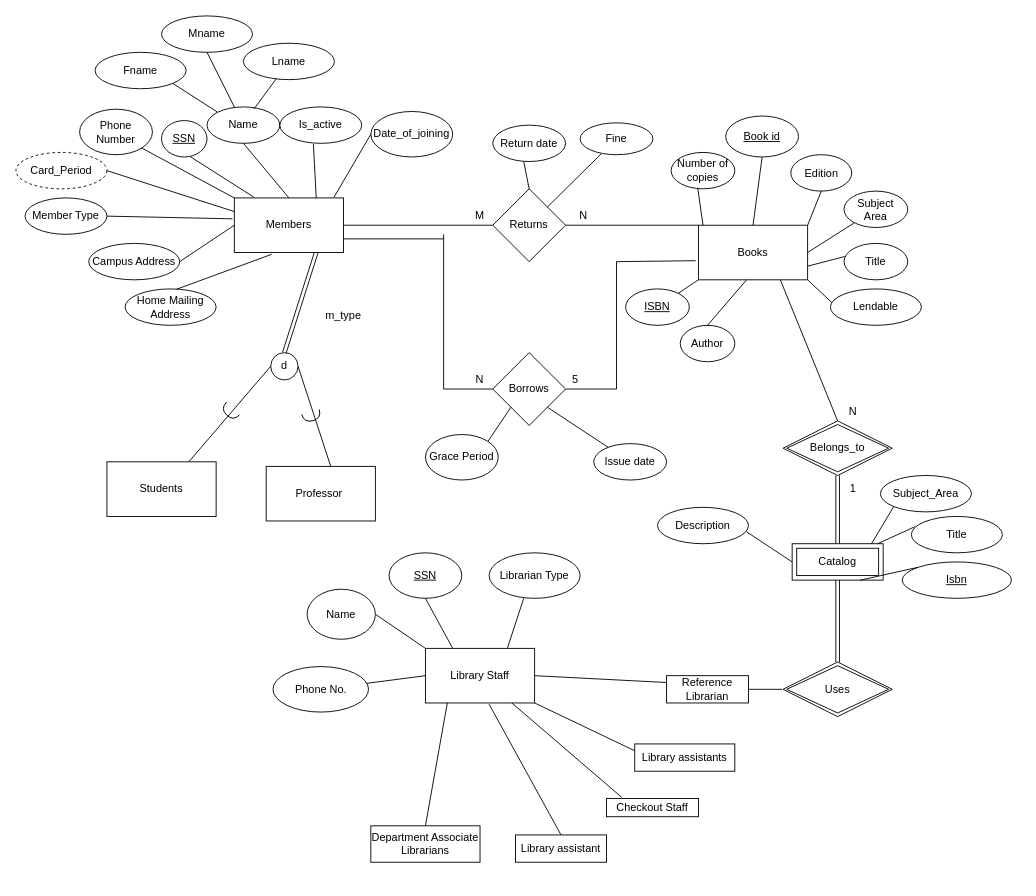
Earlier version of the draw.io diagram er.drawio (aditpatil10/Library-Management-System). Source tidied: cells renumbered, new cells numbered last; positions are measured from the earlier drawing's top-left corner, leaving out a move shared by most shapes. Both pictures are drawn from the tidied source at 91%, with x=0, y=0 at pixel (15, 15).
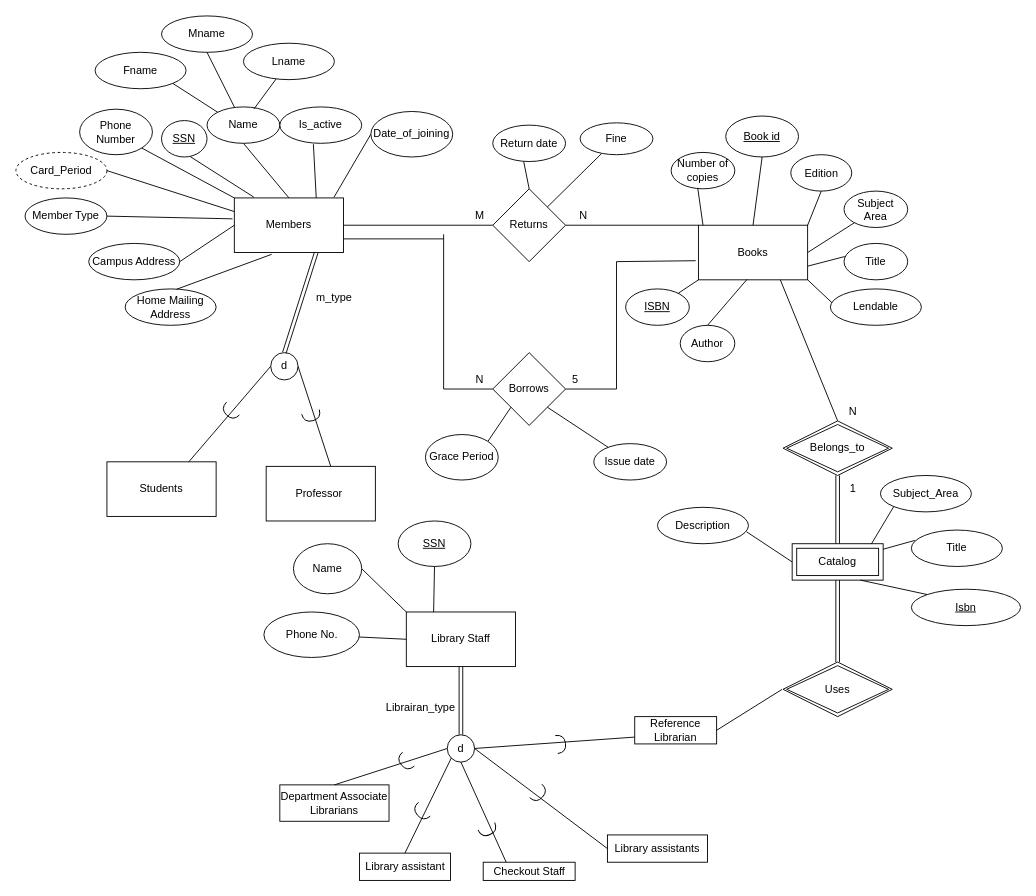
After the change.

Commit message:
Updated Library Staff Specialization

Diff of the diagram source:
```diff
@@
     <mxCell id="32" value="Library Staff" style="rounded=0;whiteSpace=wrap;html=1;" parent="1" vertex="1">
-      <mxGeometry x="450" y="695" width="120" height="60" as="geometry" />
+      <mxGeometry x="429" y="655" width="120" height="60" as="geometry" />
     </mxCell>
@@
     <mxCell id="34" value="Reference&lt;br&gt;Librarian" style="rounded=0;whiteSpace=wrap;html=1;" parent="1" vertex="1">
-      <mxGeometry x="715" y="725" width="90" height="30" as="geometry" />
+      <mxGeometry x="680" y="770" width="90" height="30" as="geometry" />
     </mxCell>
     <mxCell id="35" value="Checkout Staff" style="rounded=0;whiteSpace=wrap;html=1;" parent="1" vertex="1">
-      <mxGeometry x="649" y="860" width="101" height="20" as="geometry" />
+      <mxGeometry x="513.5" y="930" width="101" height="20" as="geometry" />
     </mxCell>
     <mxCell id="36" value="Department Associate Librarians" style="rounded=0;whiteSpace=wrap;html=1;" parent="1" vertex="1">
-      <mxGeometry x="390" y="890" width="120" height="40" as="geometry" />
+      <mxGeometry x="290" y="845" width="120" height="40" as="geometry" />
     </mxCell>
     <mxCell id="37" value="Library assistant" style="rounded=0;whiteSpace=wrap;html=1;" parent="1" vertex="1">
-      <mxGeometry x="549" y="900" width="100" height="30" as="geometry" />
+      <mxGeometry x="377.5" y="920" width="100" height="30" as="geometry" />
     </mxCell>
     <mxCell id="38" value="Library assistants" style="rounded=0;whiteSpace=wrap;html=1;" parent="1" vertex="1">
-      <mxGeometry x="680" y="800" width="110" height="30" as="geometry" />
+      <mxGeometry x="650" y="900" width="110" height="30" as="geometry" />
     </mxCell>
-    <mxCell id="39" style="endArrow=none;html=1;entryX=0.201;entryY=0.994;entryDx=0;entryDy=0;entryPerimeter=0;exitX=0.5;exitY=0;exitDx=0;exitDy=0;" parent="1" edge="1" source="36" target="32">
-      <mxGeometry relative="1" as="geometry" />
-    </mxCell>
-    <mxCell id="40" style="endArrow=none;html=1;entryX=0.583;entryY=1.022;entryDx=0;entryDy=0;entryPerimeter=0;exitX=0.5;exitY=0;exitDx=0;exitDy=0;" parent="1" edge="1" source="37" target="32">
-      <mxGeometry relative="1" as="geometry" />
-    </mxCell>
-    <mxCell id="41" style="endArrow=none;html=1;exitX=0.167;exitY=-0.058;exitDx=0;exitDy=0;exitPerimeter=0;" parent="1" edge="1" source="35" target="32">
-      <mxGeometry relative="1" as="geometry" />
-    </mxCell>
-    <mxCell id="42" style="endArrow=none;html=1;entryX=1;entryY=1;entryDx=0;entryDy=0;exitX=0;exitY=0.25;exitDx=0;exitDy=0;" parent="1" edge="1" source="38" target="32">
-      <mxGeometry relative="1" as="geometry" />
-    </mxCell>
-    <mxCell id="43" style="endArrow=none;html=1;exitX=1;exitY=0.5;exitDx=0;exitDy=0;entryX=0;entryY=0.25;entryDx=0;entryDy=0;" parent="1" edge="1" source="32" target="34">
-      <mxGeometry relative="1" as="geometry" />
-    </mxCell>
@@
     <mxCell id="68" value="m_type" style="text;html=1;strokeColor=none;fillColor=none;align=center;verticalAlign=middle;whiteSpace=wrap;rounded=0;" parent="1" vertex="1">
-      <mxGeometry x="340" y="320" width="40" height="20" as="geometry" />
+      <mxGeometry x="330" y="300" width="40" height="20" as="geometry" />
     </mxCell>
@@
     <mxCell id="82" value="Title" style="ellipse;whiteSpace=wrap;html=1;align=center;" parent="1" vertex="1">
-      <mxGeometry x="984" y="550" width="100" height="40" as="geometry" />
+      <mxGeometry x="984" y="565" width="100" height="40" as="geometry" />
     </mxCell>
@@
     <mxCell id="98" value="&lt;u&gt;Isbn&lt;/u&gt;" style="ellipse;whiteSpace=wrap;html=1;" parent="1" vertex="1">
-      <mxGeometry x="974" y="600" width="120" height="40" as="geometry" />
+      <mxGeometry x="984" y="630" width="120" height="40" as="geometry" />
     </mxCell>
@@
     <mxCell id="100" value="&lt;u&gt;SSN&lt;/u&gt;" style="ellipse;whiteSpace=wrap;html=1;" parent="1" vertex="1">
-      <mxGeometry x="410" y="590" width="80" height="50" as="geometry" />
+      <mxGeometry x="420" y="555" width="80" height="50" as="geometry" />
     </mxCell>
-    <mxCell id="101" value="Librarian Type" style="ellipse;whiteSpace=wrap;html=1;" parent="1" vertex="1">
-      <mxGeometry x="520" y="590" width="100" height="50" as="geometry" />
-    </mxCell>
     <mxCell id="102" value="Phone No." style="ellipse;whiteSpace=wrap;html=1;" parent="1" vertex="1">
-      <mxGeometry x="282.5" y="715" width="105" height="50" as="geometry" />
+      <mxGeometry x="272.5" y="655" width="105" height="50" as="geometry" />
     </mxCell>
-    <mxCell id="103" style="endArrow=none;html=1;entryX=0.38;entryY=1;entryDx=0;entryDy=0;entryPerimeter=0;exitX=0.75;exitY=0;exitDx=0;exitDy=0;" parent="1" edge="1" source="32" target="101">
-      <mxGeometry relative="1" as="geometry" />
-    </mxCell>
@@
     <mxCell id="107" value="Name" style="ellipse;whiteSpace=wrap;html=1;" parent="1" vertex="1">
-      <mxGeometry x="320" y="630" width="75" height="55" as="geometry" />
+      <mxGeometry x="305" y="580" width="75" height="55" as="geometry" />
     </mxCell>
@@
+    <mxCell id="112" style="shape=link;html=1;entryX=0.5;entryY=1;entryDx=0;entryDy=0;exitX=0.5;exitY=0;exitDx=0;exitDy=0;" parent="1" edge="1" source="113" target="32">
+      <mxGeometry relative="1" as="geometry" />
+    </mxCell>
+    <mxCell id="113" value="d" style="ellipse;whiteSpace=wrap;html=1;" parent="1" vertex="1">
+      <mxGeometry x="474" y="790" width="30" height="30" as="geometry" />
+    </mxCell>
+    <mxCell id="114" style="endArrow=none;html=1;exitX=0.5;exitY=0;exitDx=0;exitDy=0;entryX=0;entryY=0.5;entryDx=0;entryDy=0;" parent="1" edge="1" source="36" target="113">
+      <mxGeometry relative="1" as="geometry" />
+    </mxCell>
+    <mxCell id="115" style="endArrow=none;html=1;exitX=0.5;exitY=0;exitDx=0;exitDy=0;entryX=0;entryY=1;entryDx=0;entryDy=0;" parent="1" edge="1" source="37" target="113">
+      <mxGeometry relative="1" as="geometry" />
+    </mxCell>
+    <mxCell id="116" style="endArrow=none;html=1;exitX=0.25;exitY=0;exitDx=0;exitDy=0;entryX=0.5;entryY=1;entryDx=0;entryDy=0;" parent="1" edge="1" source="35" target="113">
+      <mxGeometry relative="1" as="geometry" />
+    </mxCell>
+    <mxCell id="117" style="endArrow=none;html=1;exitX=0;exitY=0.5;exitDx=0;exitDy=0;entryX=1;entryY=0.5;entryDx=0;entryDy=0;" parent="1" edge="1" source="38" target="113">
+      <mxGeometry relative="1" as="geometry" />
+    </mxCell>
+    <mxCell id="118" style="endArrow=none;html=1;exitX=0;exitY=0.75;exitDx=0;exitDy=0;entryX=1;entryY=0.5;entryDx=0;entryDy=0;" parent="1" edge="1" source="34" target="113">
+      <mxGeometry relative="1" as="geometry" />
+    </mxCell>
+    <mxCell id="119" value="Librairan_type" style="text;html=1;strokeColor=none;fillColor=none;align=center;verticalAlign=middle;whiteSpace=wrap;rounded=0;" parent="1" vertex="1">
+      <mxGeometry x="400" y="750" width="90" height="20" as="geometry" />
+    </mxCell>
+    <mxCell id="120" style="shape=requiredInterface;html=1;verticalLabelPosition=bottom;rotation=140;" parent="1" vertex="1">
+      <mxGeometry x="422.5" y="810" width="10" height="20" as="geometry" />
+    </mxCell>
+    <mxCell id="121" style="shape=requiredInterface;html=1;verticalLabelPosition=bottom;rotation=140;" parent="1" vertex="1">
+      <mxGeometry x="440" y="865" width="10" height="20" as="geometry" />
+    </mxCell>
+    <mxCell id="122" style="shape=requiredInterface;html=1;verticalLabelPosition=bottom;rotation=66;" parent="1" vertex="1">
+      <mxGeometry x="514" y="885" width="10" height="20" as="geometry" />
+    </mxCell>
+    <mxCell id="123" style="shape=requiredInterface;html=1;verticalLabelPosition=bottom;rotation=42;" parent="1" vertex="1">
+      <mxGeometry x="570" y="845" width="10" height="20" as="geometry" />
+    </mxCell>
+    <mxCell id="124" style="shape=requiredInterface;html=1;verticalLabelPosition=bottom;rotation=-8;" parent="1" vertex="1">
+      <mxGeometry x="594" y="790" width="10" height="20" as="geometry" />
+    </mxCell>
```
